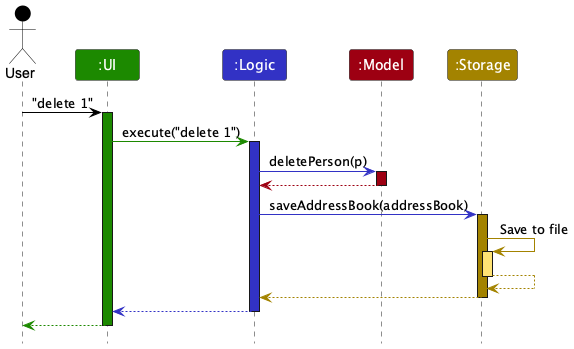
Above: docs/images/ArchitectureSequenceDiagram.png in AY2526S1-CS2103T-T08-3/tp (PlantUML), before the change. Its diagram source:
```plantuml
@startuml
!include style.puml
skinparam ArrowFontStyle plain

Actor User as user USER_COLOR
Participant ":UI" as ui UI_COLOR
Participant ":Logic" as logic LOGIC_COLOR
Participant ":Model" as model MODEL_COLOR
Participant ":Storage" as storage STORAGE_COLOR

user -[USER_COLOR]> ui : "delete 1"
activate ui UI_COLOR

ui -[UI_COLOR]> logic : execute("delete 1")
activate logic LOGIC_COLOR

logic -[LOGIC_COLOR]> model : deletePerson(p)
activate model MODEL_COLOR

model -[MODEL_COLOR]-> logic
deactivate model

logic -[LOGIC_COLOR]> storage : saveAddressBook(addressBook)
activate storage STORAGE_COLOR

storage -[STORAGE_COLOR]> storage : Save to file
activate storage STORAGE_COLOR_T1
storage --[STORAGE_COLOR]> storage
deactivate storage

storage --[STORAGE_COLOR]> logic
deactivate storage

logic --[LOGIC_COLOR]> ui
deactivate logic

ui--[UI_COLOR]> user
deactivate ui
@enduml
```
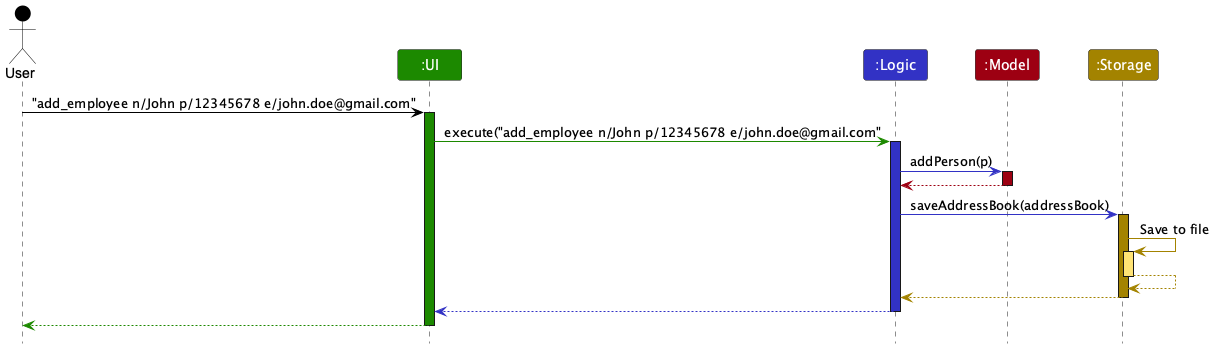
Above is the later version.

What changed in the source:
```diff
@@ -8,13 +8,13 @@
 Participant ":Model" as model MODEL_COLOR
 Participant ":Storage" as storage STORAGE_COLOR
 
-user -[USER_COLOR]> ui : "delete 1"
+user -[USER_COLOR]> ui : "add_employee n/John p/12345678 e/john.doe@gmail.com"
 activate ui UI_COLOR
 
-ui -[UI_COLOR]> logic : execute("delete 1")
+ui -[UI_COLOR]> logic : execute("add_employee n/John p/12345678 e/john.doe@gmail.com"
 activate logic LOGIC_COLOR
 
-logic -[LOGIC_COLOR]> model : deletePerson(p)
+logic -[LOGIC_COLOR]> model : addPerson(p)
 activate model MODEL_COLOR
 
 model -[MODEL_COLOR]-> logic
```
